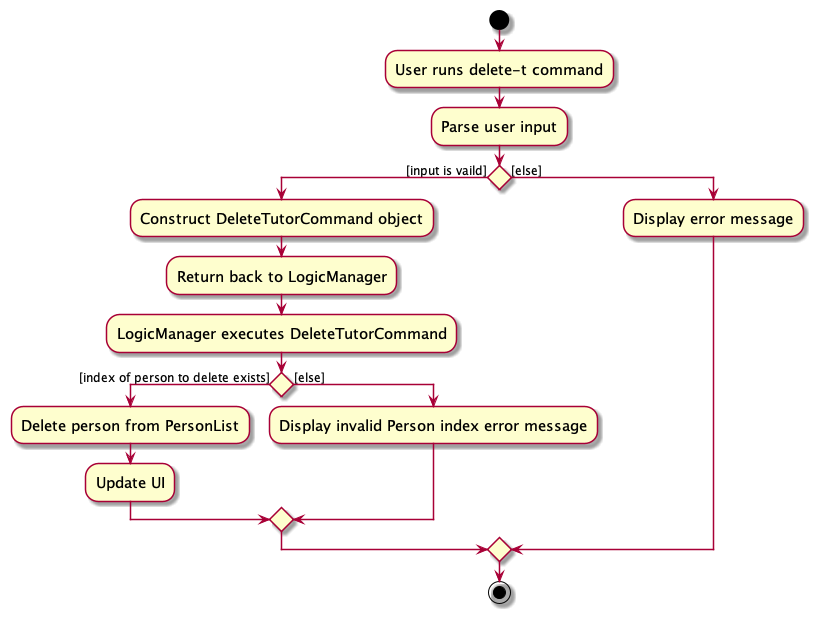
nus-cs2103-AY2324S1/tp keeps this PlantUML diagram as docs/images/DeleteTutorActivityDiagram.png. Above is the earlier version.
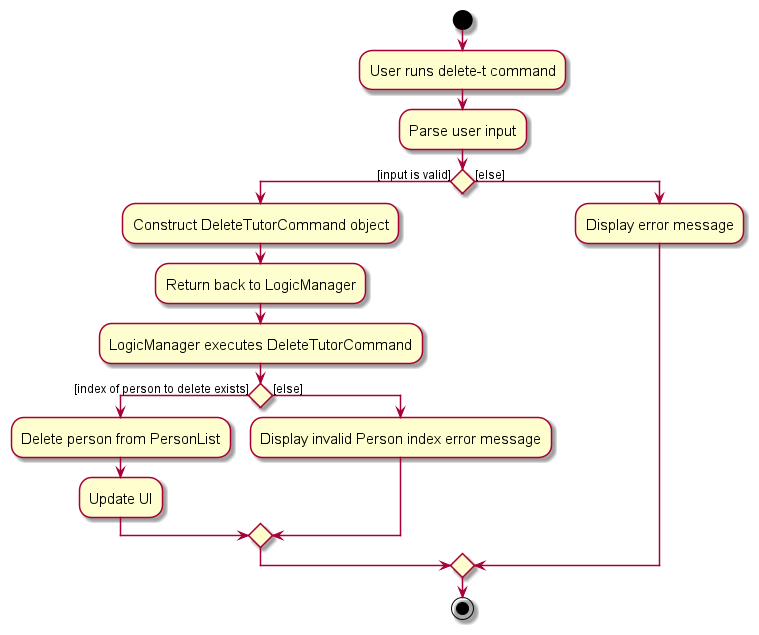
Later version of the same file.

Diff of the diagram source:
```diff
@@ -8,7 +8,7 @@
 
 :Parse user input;
 
-if () then ([input is vaild])
+if () then ([input is valid])
     :Construct DeleteTutorCommand object;
     :Return back to LogicManager;
     :LogicManager executes DeleteTutorCommand;
```
